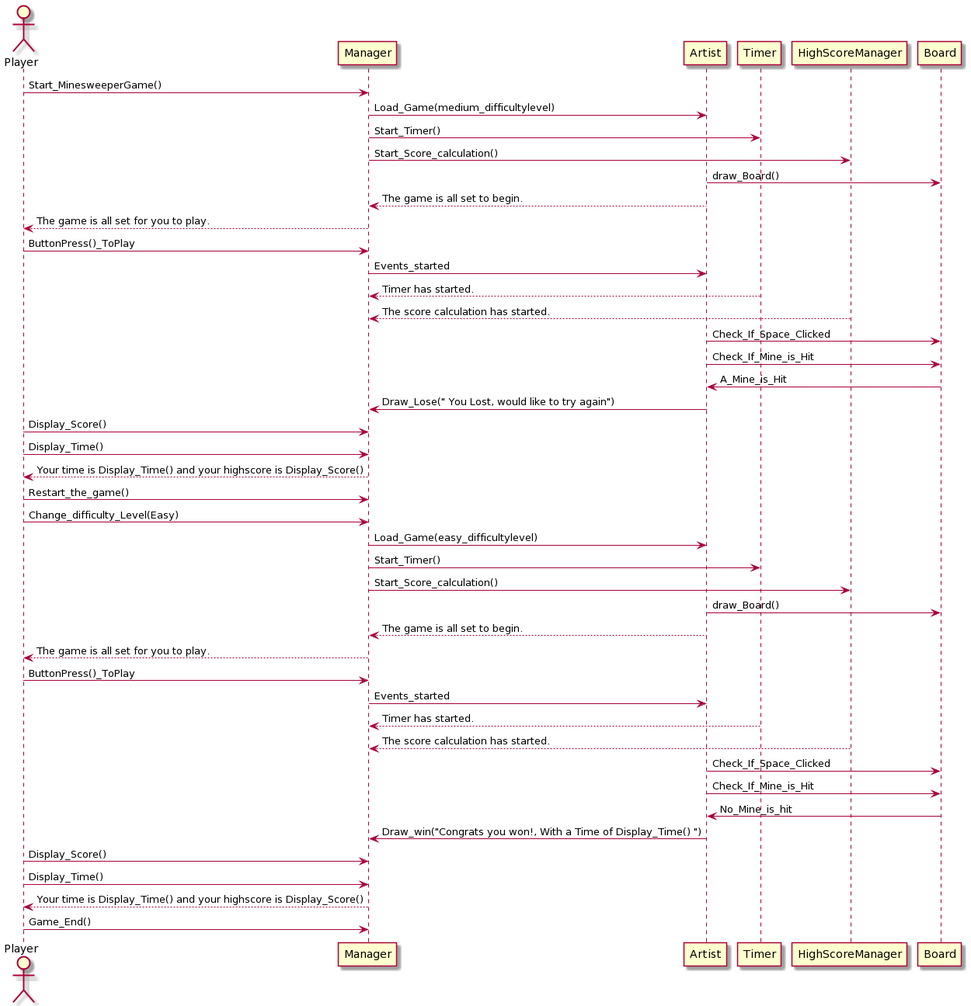
Earlier version of the PlantUML export Project_SequenceDiagram.png (Gust6533/SWDA_Minesweeper).
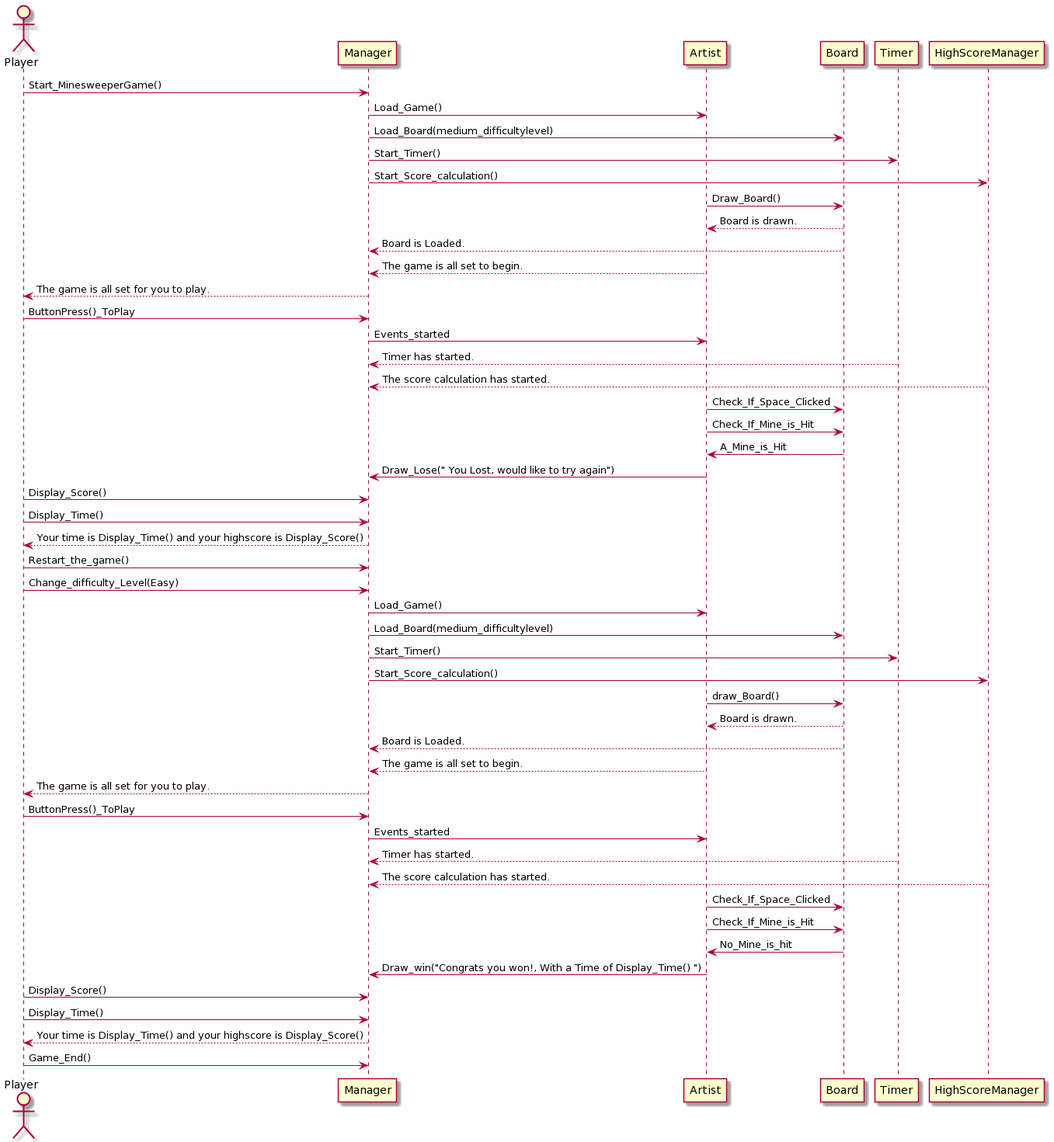
The same diagram one commit later.

Diff of the diagram source:
```diff
@@ -2,10 +2,13 @@
 Actor Player
 
 Player->Manager:Start_MinesweeperGame()
-Manager->Artist:Load_Game(medium_difficultylevel)
+Manager->Artist:Load_Game()
+Manager->Board:Load_Board(medium_difficultylevel)
 Manager->Timer:Start_Timer()
 Manager->HighScoreManager:Start_Score_calculation()
-Artist->Board:draw_Board()
+Artist->Board:Draw_Board()
+Board-->Artist:Board is drawn.
+Board-->Manager:Board is Loaded.
 Artist--> Manager: The game is all set to begin.
 Manager--> Player: The game is all set for you to play.
 Player-> Manager: ButtonPress()_ToPlay
@@ -21,10 +24,13 @@
 Manager--> Player:Your time is Display_Time() and your highscore is Display_Score()
 Player->Manager:Restart_the_game()
 Player->Manager: Change_difficulty_Level(Easy)
-Manager->Artist:Load_Game(easy_difficultylevel)
+Manager->Artist:Load_Game()
+Manager->Board:Load_Board(medium_difficultylevel)
 Manager->Timer:Start_Timer()
 Manager->HighScoreManager:Start_Score_calculation()
 Artist->Board:draw_Board()
+Board-->Artist:Board is drawn.
+Board-->Manager:Board is Loaded.
 Artist--> Manager: The game is all set to begin.
 Manager--> Player: The game is all set for you to play.
 Player-> Manager: ButtonPress()_ToPlay
```
